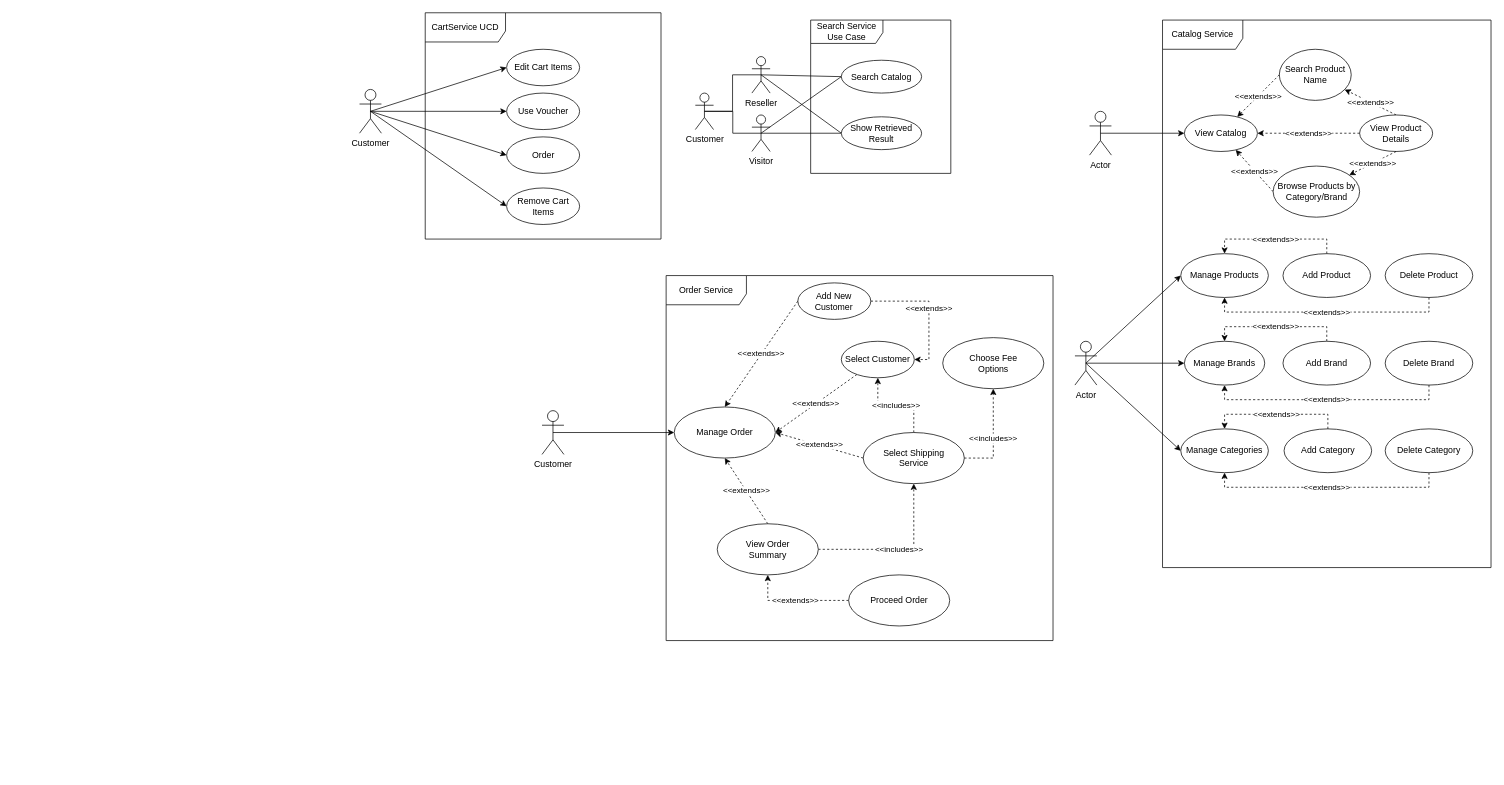
Earlier version of the draw.io diagram DD_usecase.drawio (fsidiqs/DD_Diagrams). Source tidied: cells renumbered, new cells numbered last; positions are measured from the earlier drawing's top-left corner, leaving out a move shared by most shapes. Both pictures are drawn from the tidied source at 73%, with x=0, y=0 at pixel (359, 12).
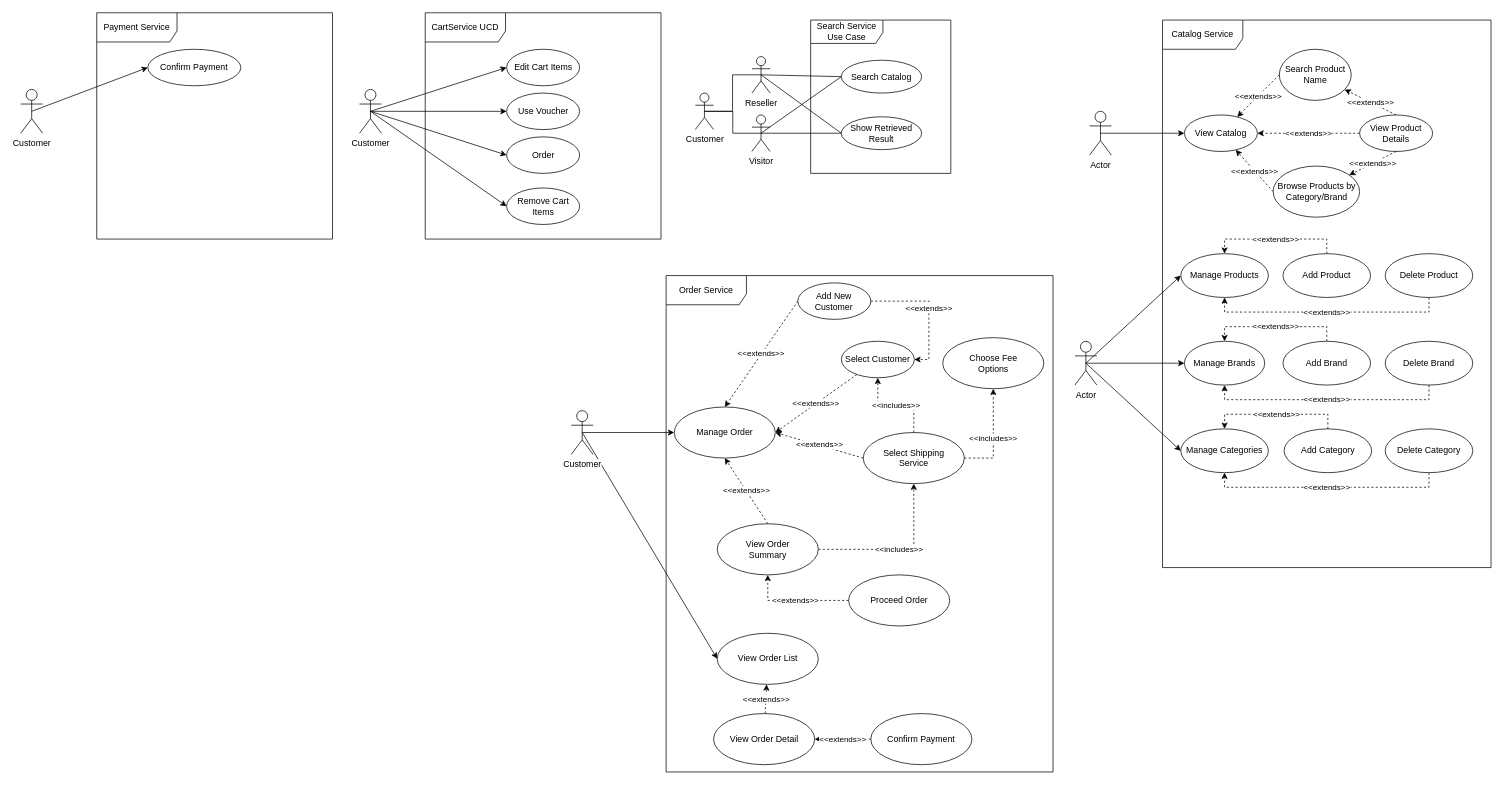
The same page after the edit.

Commit message:
Added Payment Service DD_usecase.drawio

Diff of the diagram source:
```diff
@@
     <mxCell id="55" value="Order Service" style="shape=umlFrame;whiteSpace=wrap;html=1;width=110;height=40;" parent="1" vertex="1">
-      <mxGeometry x="420" y="360" width="530" height="500" as="geometry" />
+      <mxGeometry x="420" y="360" width="530" height="680" as="geometry" />
     </mxCell>
@@
+    <mxCell id="74" style="rounded=0;jettySize=auto;html=1;exitX=0.5;exitY=0.5;exitDx=0;exitDy=0;exitPerimeter=0;entryX=0;entryY=0.5;entryDx=0;entryDy=0;" parent="1" edge="1" source="60" target="80">
+      <mxGeometry relative="1" as="geometry" />
+    </mxCell>
     <mxCell id="60" value="Customer" style="shape=umlActor;verticalLabelPosition=bottom;labelBackgroundColor=#ffffff;verticalAlign=top;html=1;" parent="1" vertex="1">
-      <mxGeometry x="250" y="545" width="30" height="60" as="geometry" />
+      <mxGeometry x="290" y="545" width="30" height="60" as="geometry" />
     </mxCell>
@@
+    <mxCell id="75" value="Payment Service" style="shape=umlFrame;whiteSpace=wrap;html=1;width=110;height=40;" parent="1" vertex="1">
+      <mxGeometry x="-360" width="323" height="310" as="geometry" />
+    </mxCell>
+    <mxCell id="76" style="edgeStyle=none;rounded=0;jettySize=auto;html=1;exitX=0.5;exitY=0.5;exitDx=0;exitDy=0;exitPerimeter=0;entryX=0;entryY=0.5;entryDx=0;entryDy=0;" parent="1" edge="1" source="77" target="78">
+      <mxGeometry relative="1" as="geometry" />
+    </mxCell>
+    <mxCell id="77" value="Customer" style="shape=umlActor;verticalLabelPosition=bottom;labelBackgroundColor=#ffffff;verticalAlign=top;html=1;" parent="1" vertex="1">
+      <mxGeometry x="-464.1" y="105" width="30" height="60" as="geometry" />
+    </mxCell>
+    <mxCell id="78" value="Confirm Payment" style="ellipse;whiteSpace=wrap;html=1;" parent="1" vertex="1">
+      <mxGeometry x="-290" y="50" width="127.4" height="50" as="geometry" />
+    </mxCell>
+    <mxCell id="79" value="&amp;lt;&amp;lt;extends&amp;gt;&amp;gt;" style="edgeStyle=none;rounded=0;jettySize=auto;html=1;dashed=1;" parent="1" edge="1" source="81" target="80">
+      <mxGeometry relative="1" as="geometry" />
+    </mxCell>
+    <mxCell id="80" value="View Order List" style="ellipse;whiteSpace=wrap;html=1;" parent="1" vertex="1">
+      <mxGeometry x="490" y="850" width="138.5" height="70" as="geometry" />
+    </mxCell>
+    <mxCell id="81" value="View Order Detail" style="ellipse;whiteSpace=wrap;html=1;" parent="1" vertex="1">
+      <mxGeometry x="485" y="960" width="138.5" height="70" as="geometry" />
+    </mxCell>
+    <mxCell id="82" value="&amp;lt;&amp;lt;extends&amp;gt;&amp;gt;" style="edgeStyle=none;rounded=0;jettySize=auto;html=1;dashed=1;" parent="1" edge="1" source="83" target="81">
+      <mxGeometry relative="1" as="geometry" />
+    </mxCell>
+    <mxCell id="83" value="Confirm Payment" style="ellipse;whiteSpace=wrap;html=1;" parent="1" vertex="1">
+      <mxGeometry x="700.4" y="960" width="138.5" height="70" as="geometry" />
+    </mxCell>
```
